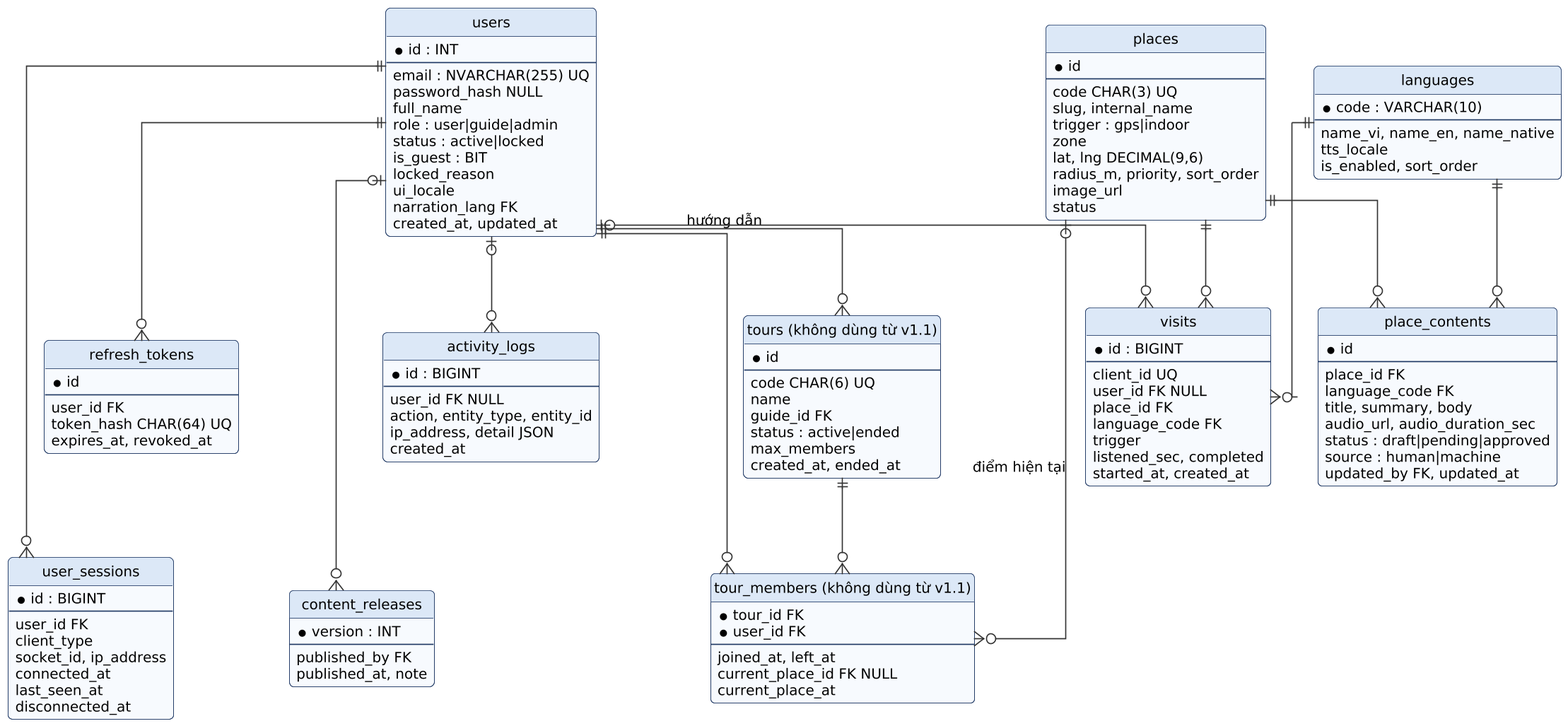
The PlantUML diagram docs/diagrams/erd.png in quangdieuluong2006-ctrl/CNPM_DinhDocLap, before a commit.
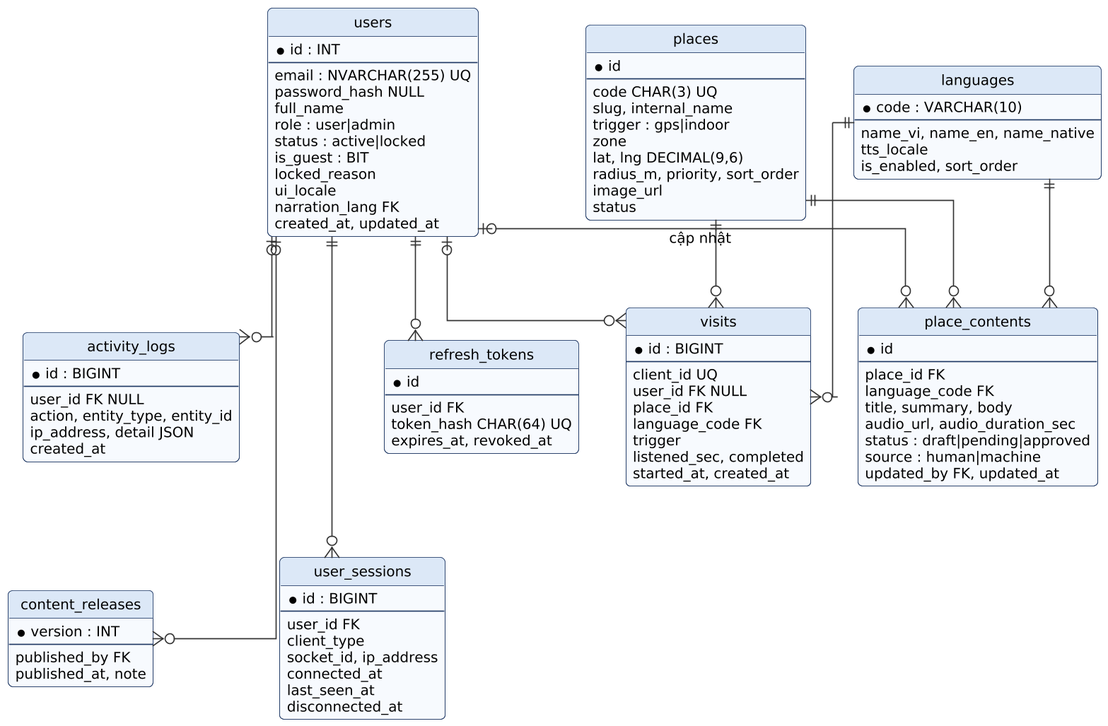
After the commit.

Diff of the diagram source:
```diff
@@ -11,7 +11,7 @@
   email : NVARCHAR(255) UQ
   password_hash NULL
   full_name
-  role : user|guide|admin
+  role : user|admin
   status : active|locked
   is_guest : BIT
   locked_reason
@@ -80,24 +80,6 @@
   published_by FK
   published_at, note
 }
-entity "tours (không dùng từ v1.1)" as tours {
-  *id
-  --
-  code CHAR(6) UQ
-  name
-  guide_id FK
-  status : active|ended
-  max_members
-  created_at, ended_at
-}
-entity "tour_members (không dùng từ v1.1)" as tour_members {
-  *tour_id FK
-  *user_id FK
-  --
-  joined_at, left_at
-  current_place_id FK NULL
-  current_place_at
-}
 entity visits {
   *id : BIGINT
   --
@@ -115,14 +97,11 @@
 users ||--o{ refresh_tokens
 users ||--o{ user_sessions
 users |o--o{ activity_logs
-users ||--o{ tours : hướng dẫn
-users ||--o{ tour_members
-tours ||--o{ tour_members
-places |o--o{ tour_members : điểm hiện tại
 users |o--o{ visits
 places ||--o{ visits
 places ||--o{ place_contents
 languages ||--o{ place_contents
 languages ||--o{ visits
 users |o--o{ content_releases
+users |o--o{ place_contents : cập nhật
 @enduml
```
